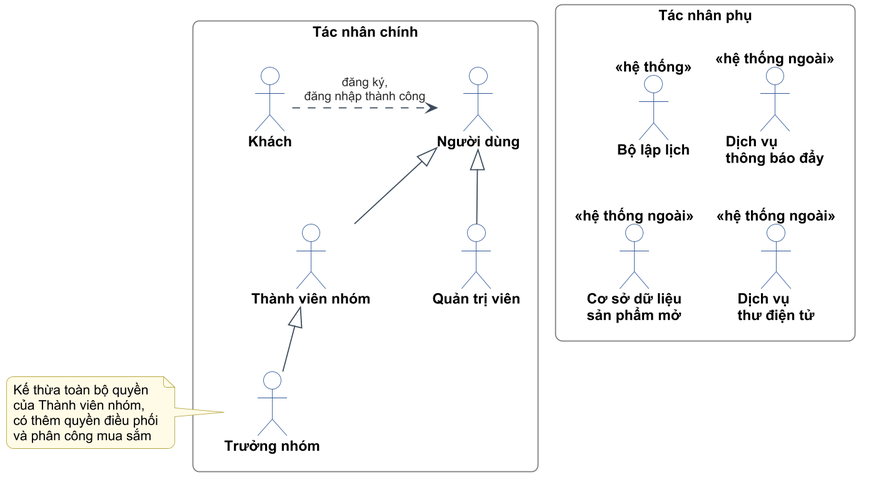
Earlier version of the PlantUML export figures/diagrams/c2-01-quan-he-tac-nhan.png (PhucNguyen204/report-project).
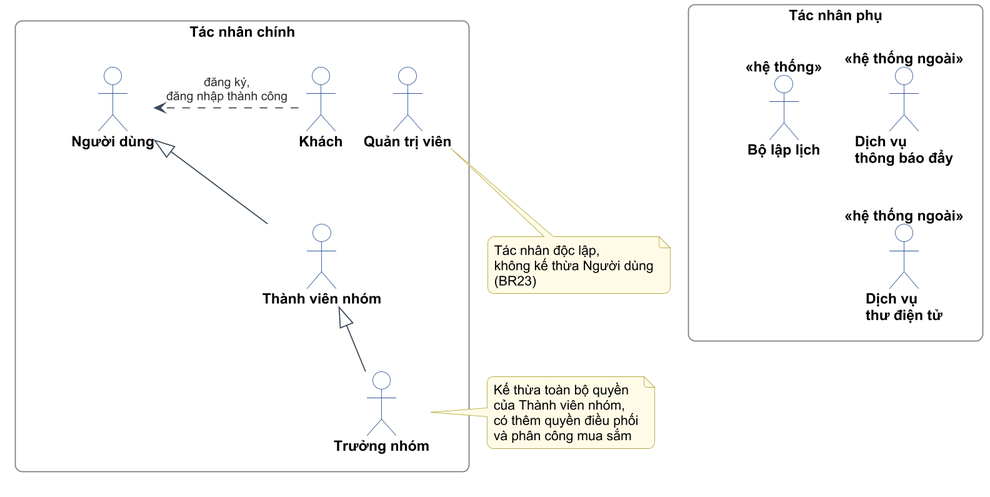
Above is the later version.

The edit, as a diff of the source:
```diff
@@ -17,18 +17,21 @@
   actor "Bộ lập lịch" as CRON <<hệ thống>>
   actor "Dịch vụ\nthông báo đẩy" as PUSH <<hệ thống ngoài>>
   actor "Dịch vụ\nthư điện tử" as MAIL <<hệ thống ngoài>>
-  actor "Cơ sở dữ liệu\nsản phẩm mở" as BAR <<hệ thống ngoài>>
 }
 
 G .right.> U : đăng ký,\nđăng nhập thành công
 M -up-|> U
-A -up-|> U
 L -up-|> M
 
 CRON -[hidden]right- PUSH
 PUSH -[hidden]down- MAIL
-CRON -[hidden]down- BAR
 PRI -[hidden]right- SEC
+
+note bottom of A
+  Tác nhân độc lập,
+  không kế thừa Người dùng
+  (BR23)
+end note
 
 note right of L
   Kế thừa toàn bộ quyền
```
